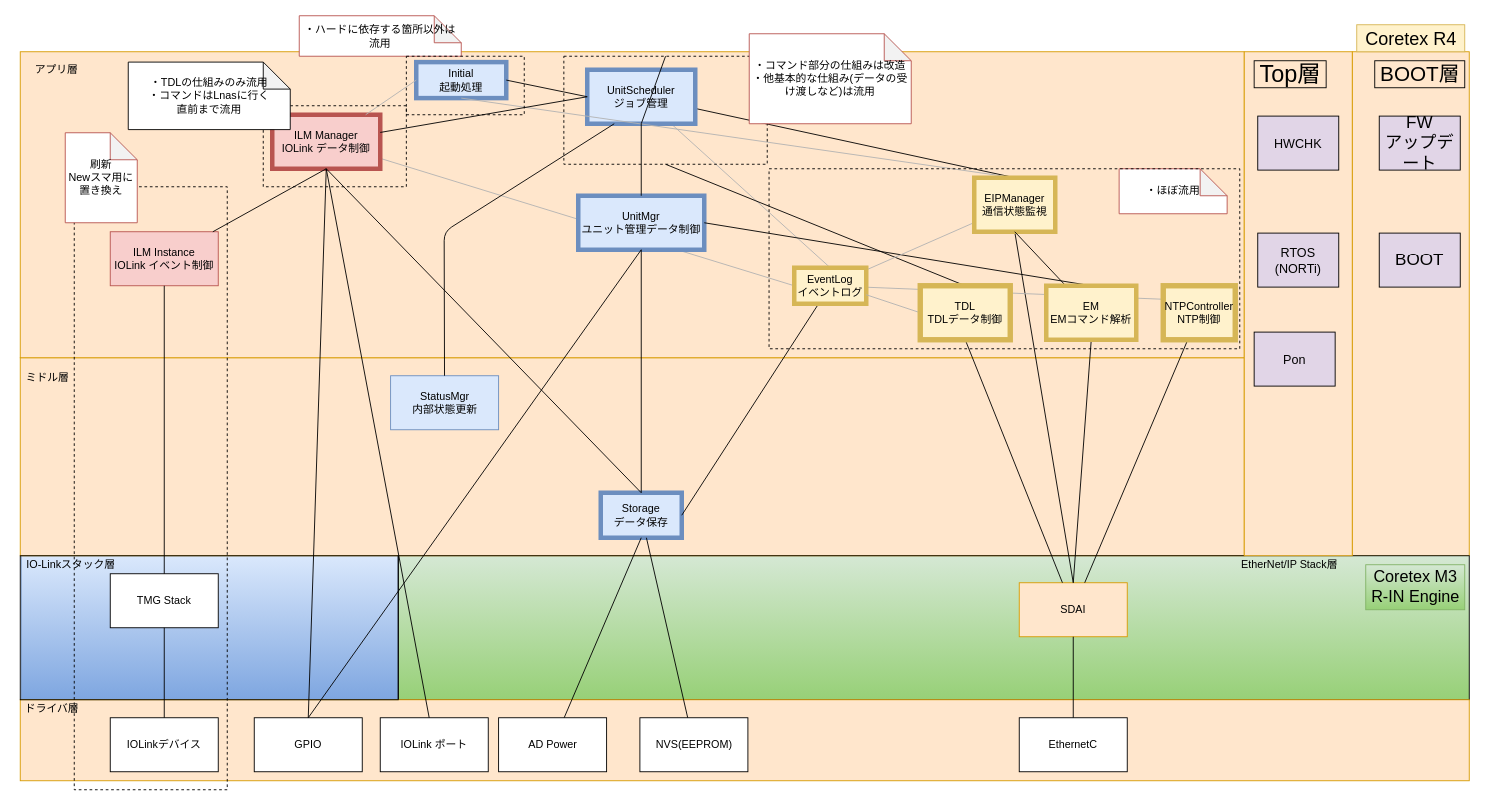
YutaSuzukiGARI/nwunit keeps this draw.io diagram as page "NXR-ILM静的構造_整理" (9 of 13) of NWユニット_アーキテクチャ図.drawio. Above is the earlier version. Source tidied: cells renumbered, new cells numbered last; positions are measured from the earlier drawing's top-left corner, leaving out a move shared by most shapes. Both pictures are drawn from the tidied source at 90%, with x=0, y=0 at pixel (15, 15).
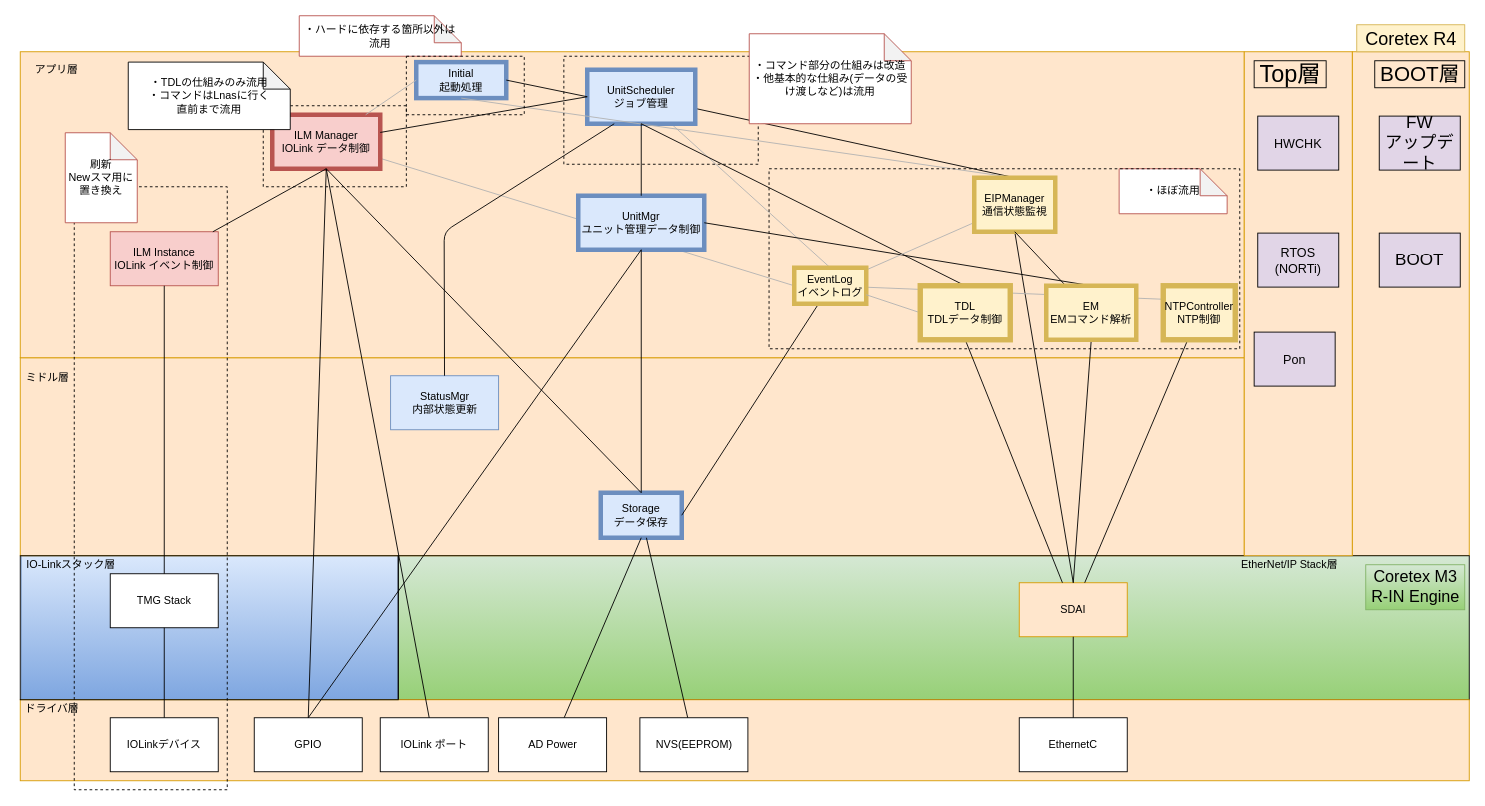
The same page after the edit.

Unchanged cells that the change refers to:
```xml
<mxCell id="19" value="UnitScheduler&lt;br&gt;ジョブ管理" style="rounded=0;whiteSpace=wrap;html=1;fillColor=#dae8fc;strokeColor=#6c8ebf;strokeWidth=5;fontColor=default;" parent="1" vertex="1">
  <mxGeometry x="635" y="60" width="120" height="60" as="geometry" />
</mxCell>
<mxCell id="70" value="TDL&lt;br&gt;TDLデータ制御" style="rounded=0;whiteSpace=wrap;html=1;fillColor=#fff2cc;strokeColor=#d6b656;strokeWidth=6;fontColor=default;" parent="1" vertex="1">
  <mxGeometry x="1005" y="300" width="100" height="60" as="geometry" />
</mxCell>
```

Change to the diagram source:
```diff
@@
-    <mxCell id="31" style="endArrow=none;html=1;exitX=0.5;exitY=1;exitDx=0;exitDy=0;endFill=0;entryX=0.5;entryY=0;entryDx=0;entryDy=0;startArrow=none;" parent="1" edge="1" source="82" target="70">
-      <mxGeometry relative="1" as="geometry" />
+    <mxCell id="31" style="endArrow=none;html=1;endFill=0;entryX=0.5;entryY=0;entryDx=0;entryDy=0;startArrow=none;" parent="1" edge="1" target="70">
+      <mxGeometry relative="1" as="geometry">
+        <mxPoint x="695" y="120" as="sourcePoint" />
+      </mxGeometry>
     </mxCell>
@@
     <mxCell id="82" style="rounded=0;whiteSpace=wrap;html=1;fillColor=none;gradientColor=#ffffff;dashed=1;strokeColor=default;fontColor=default;" parent="1" vertex="1">
-      <mxGeometry x="609" y="45" width="226" height="120" as="geometry" />
+      <mxGeometry x="609" y="45" width="216" height="120" as="geometry" />
     </mxCell>
-    <mxCell id="83" style="endArrow=none;html=1;exitX=0.5;exitY=1;exitDx=0;exitDy=0;endFill=0;entryX=0.5;entryY=0;entryDx=0;entryDy=0;" parent="1" edge="1" source="19" target="82">
-      <mxGeometry relative="1" as="geometry" />
-    </mxCell>
```
